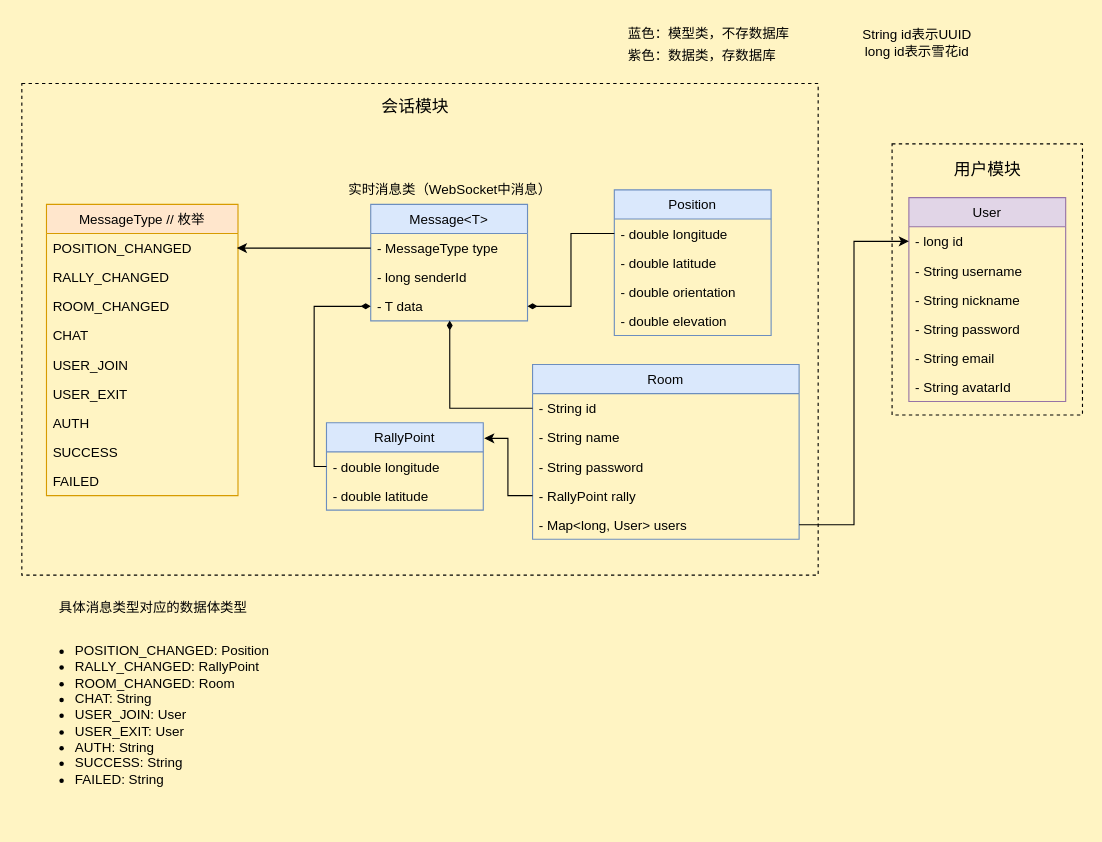
Earlier version of the draw.io diagram page "类图" (1 of 4) of findMe-UML.dio (swsk33/find-me-cloud). Source tidied: cells renumbered, new cells numbered last; positions are measured from the earlier drawing's top-left corner, leaving out a move shared by most shapes. Both pictures are drawn from the tidied source at 112%, with x=0, y=0 at pixel (19, 19).
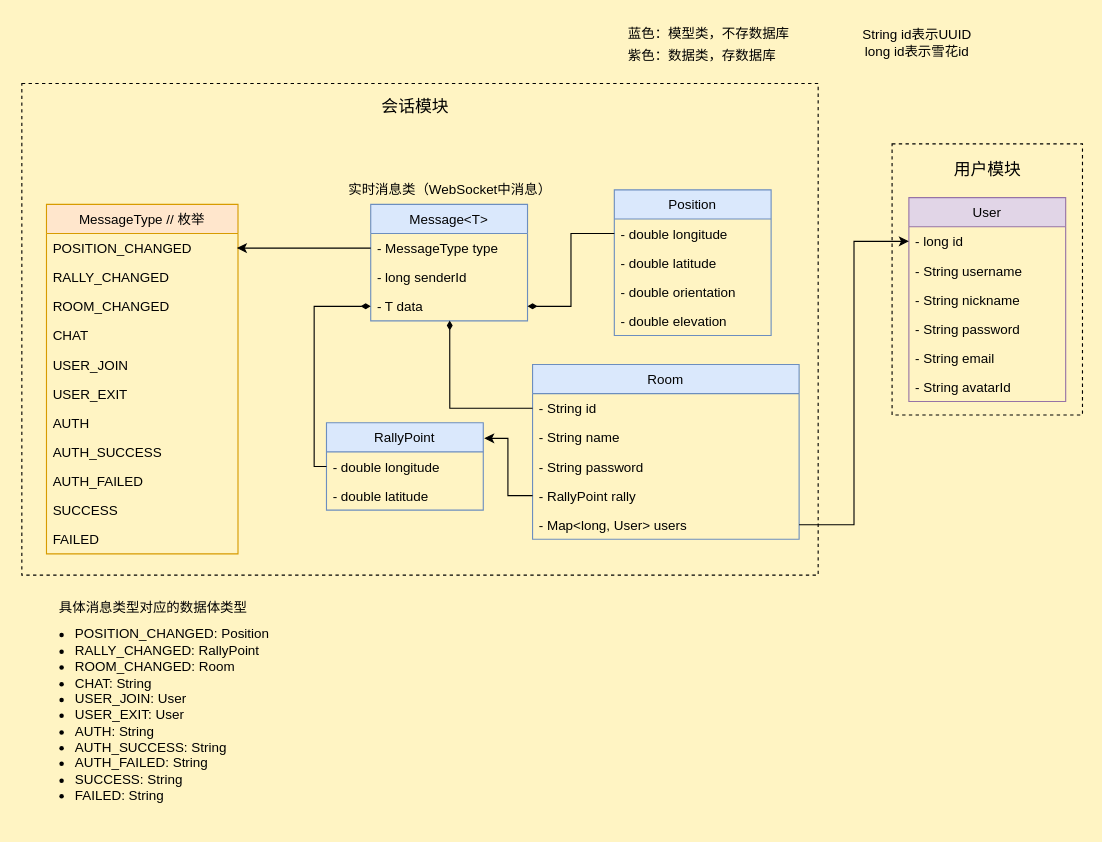
The same page after the edit.

Change to the diagram source:
```diff
@@
     <mxCell id="38" value="MessageType // 枚举" style="swimlane;fontStyle=0;horizontal=1;startSize=26;fillColor=#ffe6cc;strokeColor=#d79b00;" parent="1" vertex="1">
-      <mxGeometry x="24" y="165" width="171" height="260" as="geometry" />
+      <mxGeometry x="24" y="165" width="171" height="312" as="geometry" />
     </mxCell>
@@
+    <mxCell id="55" value="AUTH_SUCCESS" style="text;strokeColor=none;fillColor=none;align=left;verticalAlign=top;spacingLeft=4;spacingRight=4;overflow=hidden;" parent="38" vertex="1">
+      <mxGeometry y="208" width="171" height="26" as="geometry" />
+    </mxCell>
+    <mxCell id="56" value="AUTH_FAILED" style="text;strokeColor=none;fillColor=none;align=left;verticalAlign=top;spacingLeft=4;spacingRight=4;overflow=hidden;" parent="38" vertex="1">
+      <mxGeometry y="234" width="171" height="26" as="geometry" />
+    </mxCell>
     <mxCell id="46" value="SUCCESS" style="text;strokeColor=none;fillColor=none;align=left;verticalAlign=top;spacingLeft=4;spacingRight=4;overflow=hidden;" parent="38" vertex="1">
-      <mxGeometry y="208" width="171" height="26" as="geometry" />
+      <mxGeometry y="260" width="171" height="26" as="geometry" />
     </mxCell>
     <mxCell id="47" value="FAILED" style="text;strokeColor=none;fillColor=none;align=left;verticalAlign=top;spacingLeft=4;spacingRight=4;overflow=hidden;" parent="38" vertex="1">
-      <mxGeometry y="234" width="171" height="26" as="geometry" />
+      <mxGeometry y="286" width="171" height="26" as="geometry" />
     </mxCell>
@@
     <mxCell id="52" style="group;" parent="1" vertex="1">
-      <mxGeometry y="512" width="231" height="192" as="geometry" />
+      <mxGeometry y="512" width="231" height="206" as="geometry" />
     </mxCell>
@@
-    <mxCell id="54" value="&lt;ul&gt;&lt;li&gt;POSITION_CHANGED: Position&lt;/li&gt;&lt;li style=&quot;text-align: left;&quot;&gt;RALLY_CHANGED: RallyPoint&lt;/li&gt;&lt;li style=&quot;text-align: left;&quot;&gt;ROOM_CHANGED: Room&lt;br&gt;&lt;/li&gt;&lt;li style=&quot;text-align: left;&quot;&gt;CHAT: String&lt;br&gt;&lt;/li&gt;&lt;li style=&quot;text-align: left;&quot;&gt;USER_JOIN: User&lt;br&gt;&lt;/li&gt;&lt;li style=&quot;text-align: left;&quot;&gt;USER_EXIT: User&lt;br&gt;&lt;/li&gt;&lt;li style=&quot;text-align: left;&quot;&gt;AUTH: String&lt;/li&gt;&lt;li style=&quot;text-align: left;&quot;&gt;SUCCESS: String&lt;/li&gt;&lt;li style=&quot;text-align: left;&quot;&gt;FAILED: String&lt;/li&gt;&lt;/ul&gt;" style="text;html=1;align=center;verticalAlign=middle;strokeColor=none;fillColor=none;" parent="52" vertex="1">
-      <mxGeometry y="26" width="231" height="166" as="geometry" />
+    <mxCell id="54" value="&lt;ul&gt;&lt;li&gt;POSITION_CHANGED: Position&lt;/li&gt;&lt;li style=&quot;text-align: left;&quot;&gt;RALLY_CHANGED: RallyPoint&lt;/li&gt;&lt;li style=&quot;text-align: left;&quot;&gt;ROOM_CHANGED: Room&lt;br&gt;&lt;/li&gt;&lt;li style=&quot;text-align: left;&quot;&gt;CHAT: String&lt;br&gt;&lt;/li&gt;&lt;li style=&quot;text-align: left;&quot;&gt;USER_JOIN: User&lt;br&gt;&lt;/li&gt;&lt;li style=&quot;text-align: left;&quot;&gt;USER_EXIT: User&lt;br&gt;&lt;/li&gt;&lt;li style=&quot;text-align: left;&quot;&gt;AUTH: String&lt;/li&gt;&lt;li style=&quot;text-align: left;&quot;&gt;AUTH_SUCCESS: String&lt;br&gt;&lt;/li&gt;&lt;li style=&quot;text-align: left;&quot;&gt;AUTH_FAILED: String&lt;br&gt;&lt;/li&gt;&lt;li style=&quot;text-align: left;&quot;&gt;SUCCESS: String&lt;/li&gt;&lt;li style=&quot;text-align: left;&quot;&gt;FAILED: String&lt;/li&gt;&lt;/ul&gt;" style="text;html=1;align=center;verticalAlign=middle;strokeColor=none;fillColor=none;" parent="52" vertex="1">
+      <mxGeometry y="12" width="231" height="194" as="geometry" />
     </mxCell>
```
